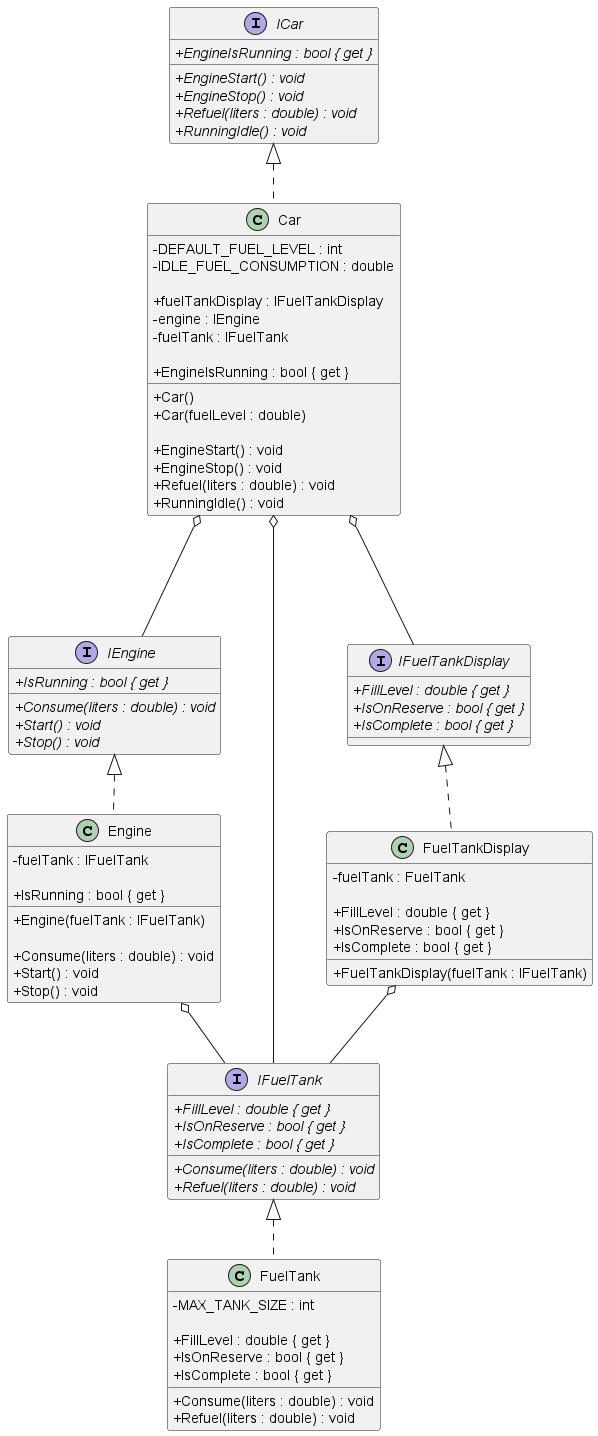
Above: puml/Engine And Fuel Tank.png in iamfranco/EngineAndFuelTankKata (PlantUML), before the change. Its diagram source:
```plantuml
@startuml "Engine And Fuel Tank"
skinparam classAttributeIconSize 0

interface ICar
{
  + //EngineIsRunning : bool { get }//
  + //EngineStart() : void//
  + //EngineStop() : void//
  + //Refuel(liters : double) : void//
  + //RunningIdle() : void//
}

interface IEngine
{
  + //IsRunning : bool { get }//
  + //Consume(liters : double) : void//
  + //Start() : void//
  + //Stop() : void//
}

interface IFuelTank
{
  + //FillLevel : double { get }//
  + //IsOnReserve : bool { get }//
  + //IsComplete : bool { get }//
  + //Consume(liters : double) : void//
  + //Refuel(liters : double) : void//
}

interface IFuelTankDisplay
{
  + //FillLevel : double { get }//
  + //IsOnReserve : bool { get }//
  + //IsComplete : bool { get }//
}

class Car
{
  - DEFAULT_FUEL_LEVEL : int
  - IDLE_FUEL_CONSUMPTION : double

  + fuelTankDisplay : IFuelTankDisplay
  - engine : IEngine
  - fuelTank : IFuelTank

  + EngineIsRunning : bool { get }

  + Car()
  + Car(fuelLevel : double)

  + EngineStart() : void
  + EngineStop() : void
  + Refuel(liters : double) : void
  + RunningIdle() : void
}

class Engine
{
  - fuelTank : IFuelTank

  + IsRunning : bool { get }

  + Engine(fuelTank : IFuelTank)

  + Consume(liters : double) : void
  + Start() : void
  + Stop() : void
}

class FuelTank
{
  - MAX_TANK_SIZE : int

  + FillLevel : double { get }
  + IsOnReserve : bool { get }
  + IsComplete : bool { get }

  + Consume(liters : double) : void
  + Refuel(liters : double) : void
}

class FuelTankDisplay
{
  - fuelTank : FuelTank

  + FillLevel : double { get }
  + IsOnReserve : bool { get }
  + IsComplete : bool { get }

  + FuelTankDisplay(fuelTank : IFuelTank)
}

ICar <|.. Car
Car o--- IFuelTankDisplay
Car o--- IEngine
Car o--- IFuelTank

IEngine <|.. Engine
Engine o-- IFuelTank

IFuelTank <|.. FuelTank

IFuelTankDisplay <|.. FuelTankDisplay
FuelTankDisplay o-- IFuelTank

@enduml
```
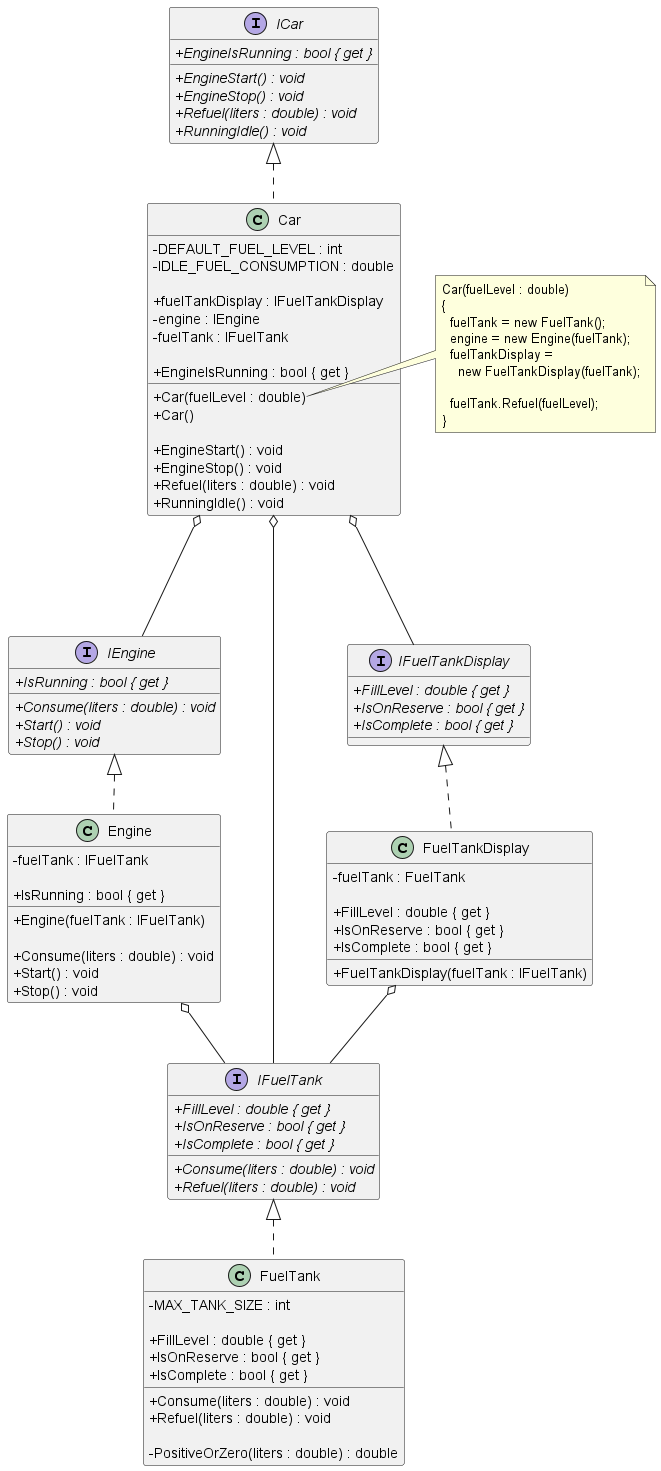
After the commit.

Commit message:
UML add private PositiveOrZero method, and add note for newing ups

Diff of the diagram source:
```diff
@@ -45,8 +45,8 @@
 
   + EngineIsRunning : bool { get }
 
+  + Car(fuelLevel : double)
   + Car()
-  + Car(fuelLevel : double)
 
   + EngineStart() : void
   + EngineStop() : void
@@ -77,6 +77,8 @@
 
   + Consume(liters : double) : void
   + Refuel(liters : double) : void
+
+  - PositiveOrZero(liters : double) : double
 }
 
 class FuelTankDisplay
@@ -103,4 +105,17 @@
 IFuelTankDisplay <|.. FuelTankDisplay
 FuelTankDisplay o-- IFuelTank
 
+note right of Car::Car
+Car(fuelLevel : double)
+{
+  fuelTank = new FuelTank();
+  engine = new Engine(fuelTank);
+  fuelTankDisplay =
+    new FuelTankDisplay(fuelTank);
+
+  fuelTank.Refuel(fuelLevel);
+}
+end note
+
+
 @enduml
```
